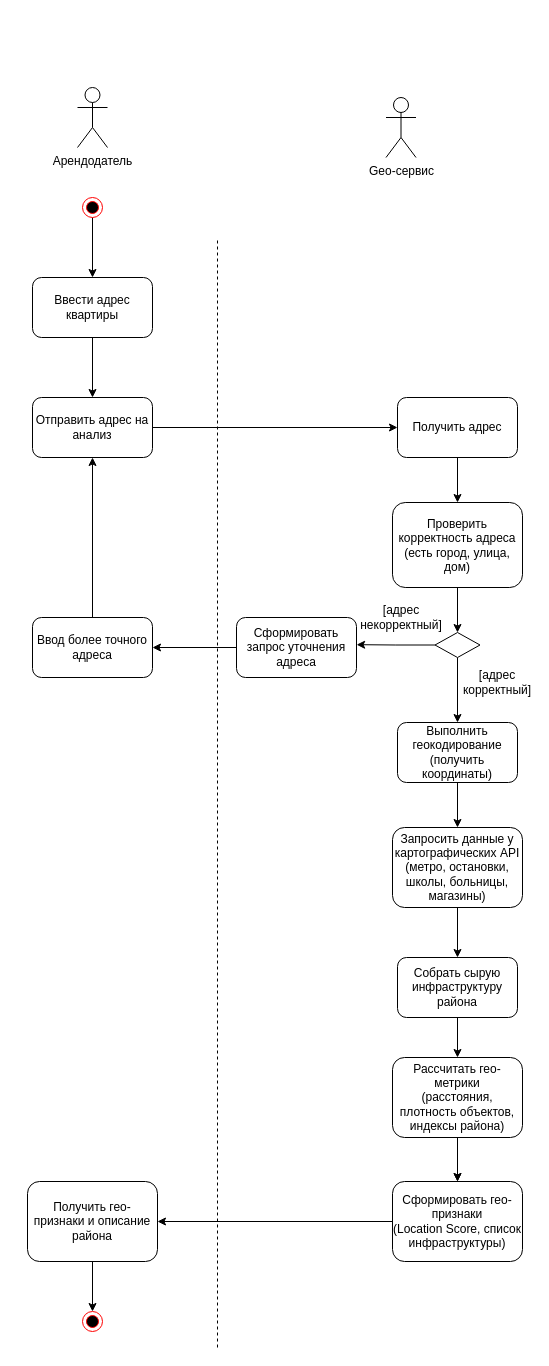
Earlier version of the draw.io diagram src/diagrams/UML - activity/activity_F3.drawio (HeadMaxResh/system-engineering-playbook). Source tidied: cells renumbered, new cells numbered last; positions are measured from the earlier drawing's top-left corner, leaving out a move shared by most shapes. Both pictures are drawn from the tidied source at 100%, with x=0, y=0 at pixel (27, 87).
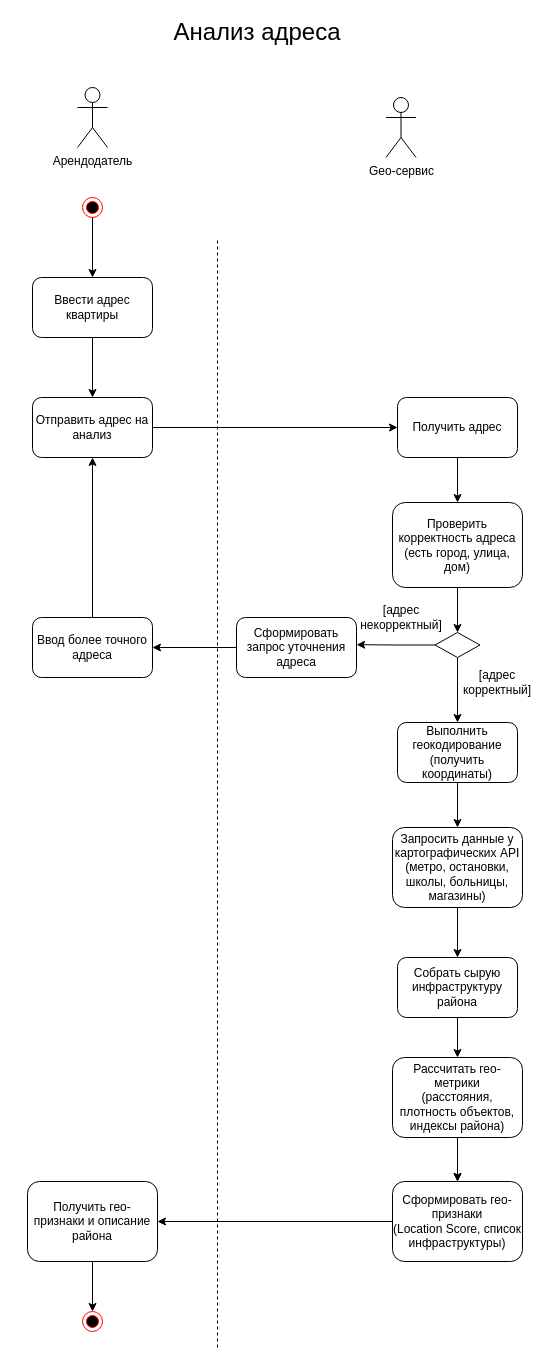
The same diagram, later.

Change to the diagram source:
```diff
@@
+    <mxCell id="38" value="&lt;font style=&quot;font-size: 24px;&quot;&gt;Анализ адреса&lt;/font&gt;" style="text;html=1;whiteSpace=wrap;strokeColor=none;fillColor=none;align=center;verticalAlign=middle;rounded=0;" parent="1" vertex="1">
+      <mxGeometry x="-10" y="-70" width="480" height="30" as="geometry" />
+    </mxCell>
```
